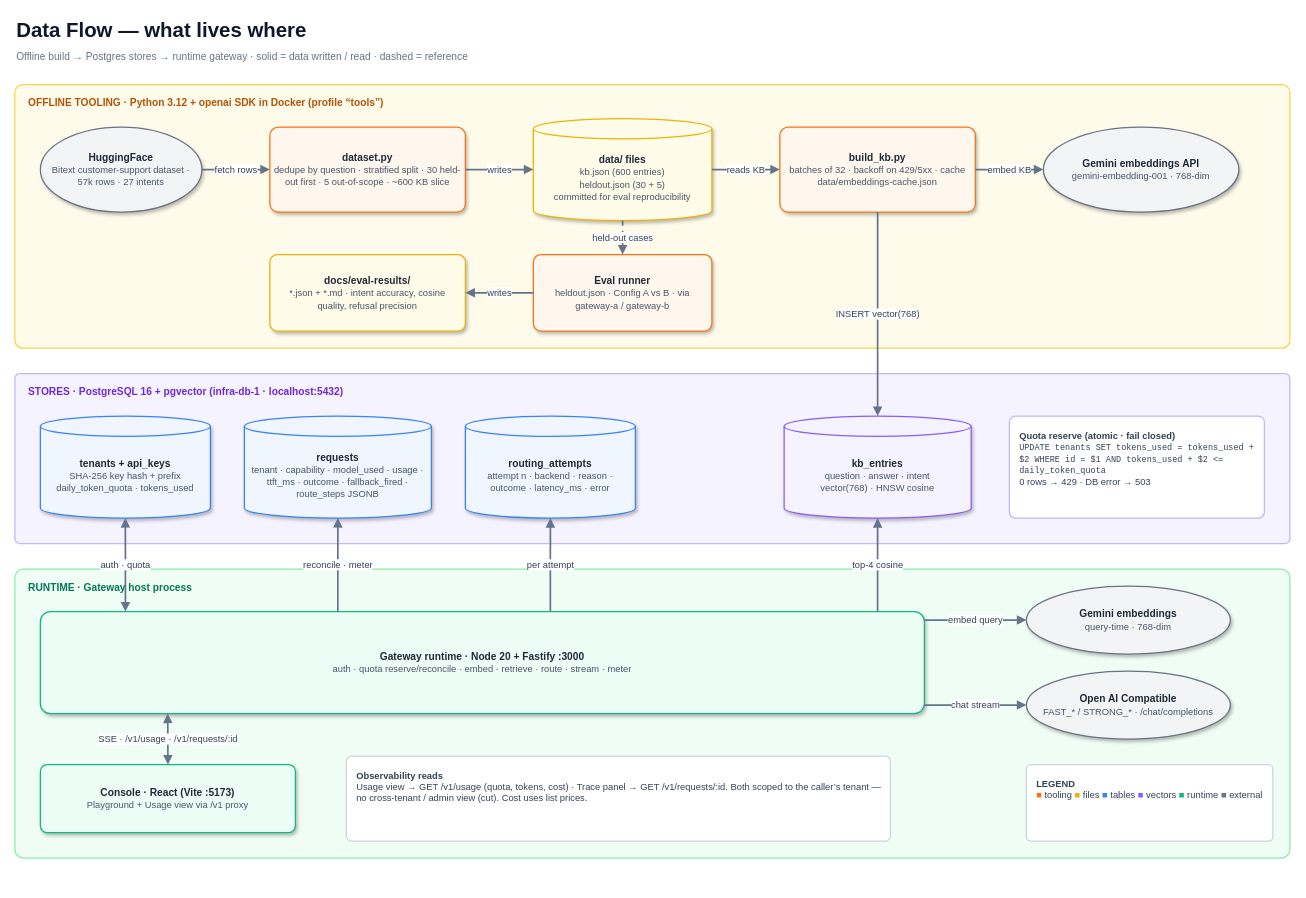
Before: page "2 - Data Flow" (2 of 3) of docs/architecture.drawio in KhoirH/llm-gateway-monorepo, a draw.io diagram. Source tidied: cells renumbered, new cells numbered last; positions are measured from the earlier drawing's top-left corner, leaving out a move shared by most shapes. Both pictures are drawn from the tidied source at 85%, with x=0, y=0 at pixel (14, 14).
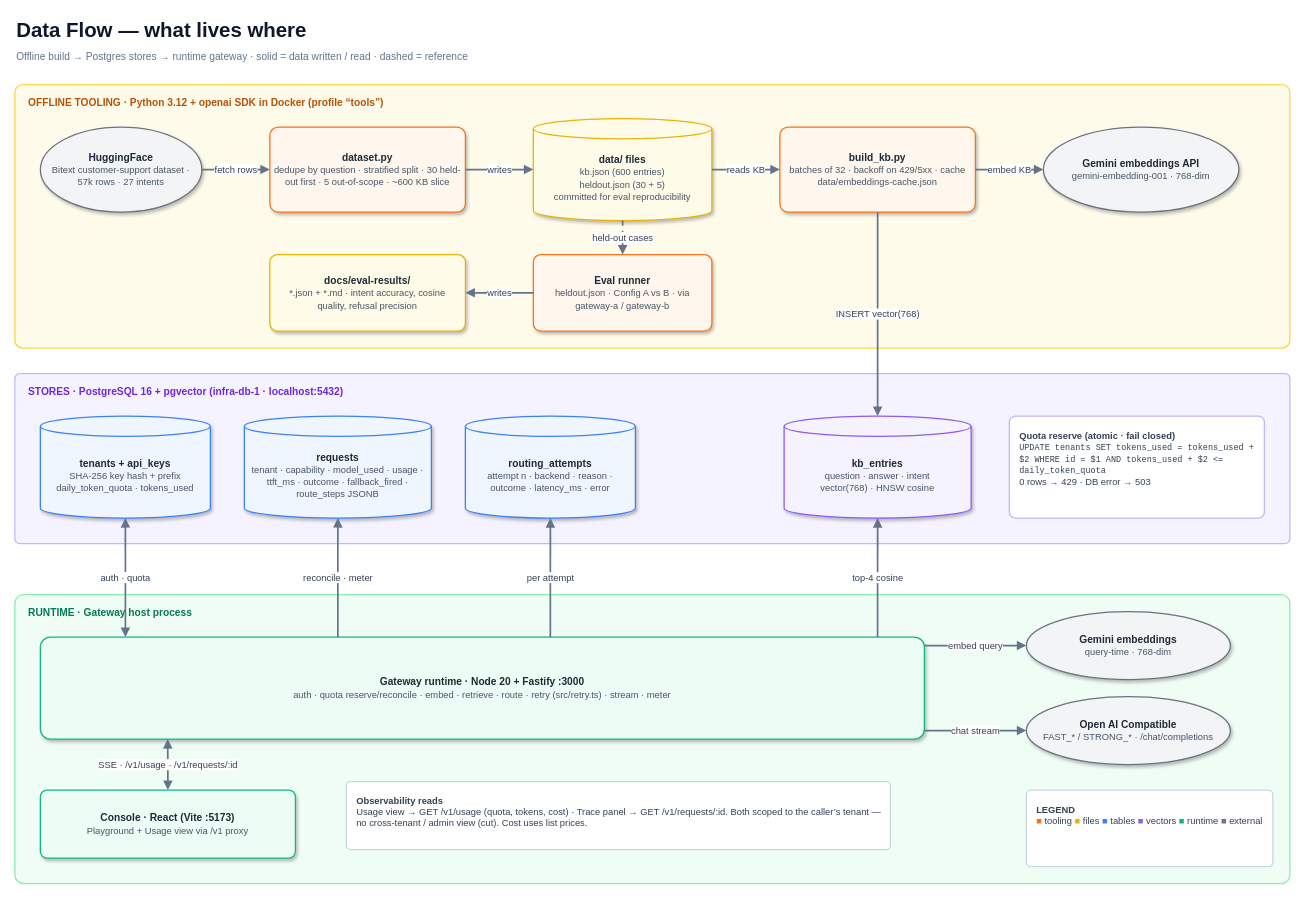
After the change.

Diff of the diagram source:
```diff
@@
     <mxCell id="6" value="RUNTIME · Gateway host process" style="rounded=1;arcSize=3;whiteSpace=wrap;html=1;fillColor=#f0fdf4;strokeColor=#86efac;strokeWidth=1.5;verticalAlign=top;align=left;spacingLeft=14;spacingTop=8;fontStyle=1;fontSize=12;fontColor=#047857;fontFamily=Helvetica;" parent="1" vertex="1">
-      <mxGeometry y="652" width="1500" height="340" as="geometry" />
+      <mxGeometry y="682" width="1500" height="340" as="geometry" />
     </mxCell>
@@
-    <mxCell id="19" value="&lt;b&gt;Gateway runtime · Node 20 + Fastify :3000&lt;/b&gt;&lt;br&gt;&lt;font style='font-size:11px' color='#475569'&gt;auth · quota reserve/reconcile · embed · retrieve · route · stream · meter&lt;/font&gt;" style="rounded=1;arcSize=10;whiteSpace=wrap;html=1;strokeWidth=1.5;fontFamily=Helvetica;fontSize=12;fontColor=#1f2937;shadow=1;spacing=6;fillColor=#ecfdf5;strokeColor=#10b981;" parent="1" vertex="1">
-      <mxGeometry x="30" y="702" width="1040" height="120" as="geometry" />
+    <mxCell id="19" value="&lt;b&gt;Gateway runtime · Node 20 + Fastify :3000&lt;/b&gt;&lt;br&gt;&lt;font style='font-size:11px' color='#475569'&gt;auth · quota reserve/reconcile · embed · retrieve · route · retry (src/retry.ts) · stream · meter&lt;/font&gt;" style="rounded=1;arcSize=10;whiteSpace=wrap;html=1;strokeWidth=1.5;fontFamily=Helvetica;fontSize=12;fontColor=#1f2937;shadow=1;spacing=6;fillColor=#ecfdf5;strokeColor=#10b981;" parent="1" vertex="1">
+      <mxGeometry x="30" y="732" width="1040" height="120" as="geometry" />
     </mxCell>
     <mxCell id="20" value="&lt;b&gt;Gemini embeddings&lt;/b&gt;&lt;br&gt;&lt;font style='font-size:11px' color='#475569'&gt;query-time · 768-dim&lt;/font&gt;" style="ellipse;whiteSpace=wrap;html=1;strokeWidth=1.5;fontFamily=Helvetica;fontSize=12;fontColor=#1f2937;shadow=1;spacing=6;fillColor=#f3f4f6;strokeColor=#6b7280;" parent="1" vertex="1">
-      <mxGeometry x="1190" y="672" width="240" height="80" as="geometry" />
+      <mxGeometry x="1190" y="702" width="240" height="80" as="geometry" />
     </mxCell>
-    <mxCell id="21" value="&lt;b&gt;Open AI Compatible&lt;/b&gt;&lt;br&gt;&lt;font style=&quot;font-size: 11px;&quot; color=&quot;#475569&quot;&gt;FAST_* / STRONG_* · /chat/completions&lt;/font&gt;" style="ellipse;whiteSpace=wrap;html=1;strokeWidth=1.5;fontFamily=Helvetica;fontSize=12;fontColor=#1f2937;shadow=1;spacing=6;fillColor=#f3f4f6;strokeColor=#6b7280;" parent="1" vertex="1">
-      <mxGeometry x="1190" y="772" width="240" height="80" as="geometry" />
+    <mxCell id="21" value="&lt;b&gt;Open AI Compatible&lt;/b&gt;&lt;br&gt;&lt;font style='font-size:11px' color='#475569'&gt;FAST_* / STRONG_* · /chat/completions&lt;/font&gt;" style="ellipse;whiteSpace=wrap;html=1;strokeWidth=1.5;fontFamily=Helvetica;fontSize=12;fontColor=#1f2937;shadow=1;spacing=6;fillColor=#f3f4f6;strokeColor=#6b7280;" parent="1" vertex="1">
+      <mxGeometry x="1190" y="802" width="240" height="80" as="geometry" />
     </mxCell>
     <mxCell id="22" value="&lt;b&gt;Console · React (Vite :5173)&lt;/b&gt;&lt;br&gt;&lt;font style='font-size:11px' color='#475569'&gt;Playground + Usage view via /v1 proxy&lt;/font&gt;" style="rounded=1;arcSize=10;whiteSpace=wrap;html=1;strokeWidth=1.5;fontFamily=Helvetica;fontSize=12;fontColor=#1f2937;shadow=1;spacing=6;fillColor=#ecfdf5;strokeColor=#10b981;" parent="1" vertex="1">
-      <mxGeometry x="30" y="882" width="300" height="80" as="geometry" />
+      <mxGeometry x="30" y="912" width="300" height="80" as="geometry" />
     </mxCell>
     <mxCell id="23" value="&lt;b&gt;Observability reads&lt;/b&gt;&lt;br&gt;Usage view → GET /v1/usage (quota, tokens, cost) · Trace panel → GET /v1/requests/:id. Both scoped to the caller’s tenant — no cross-tenant / admin view (cut). Cost uses list prices." style="rounded=1;arcSize=6;whiteSpace=wrap;html=1;fillColor=#ffffff;strokeColor=#cbd5e1;strokeWidth=1.5;align=left;verticalAlign=top;spacing=12;fontSize=11;fontColor=#334155;fontFamily=Helvetica;" parent="1" vertex="1">
-      <mxGeometry x="390" y="872" width="640" height="100" as="geometry" />
+      <mxGeometry x="390" y="902" width="640" height="80" as="geometry" />
     </mxCell>
     <mxCell id="24" value="&lt;b&gt;LEGEND&lt;/b&gt;&lt;br&gt;&lt;font color=&quot;#f97316&quot;&gt;■&lt;/font&gt; tooling &lt;font color=&quot;#eab308&quot;&gt;■&lt;/font&gt; files &lt;font color=&quot;#3b82f6&quot;&gt;■&lt;/font&gt; tables &lt;font color=&quot;#8b5cf6&quot;&gt;■&lt;/font&gt; vectors &lt;font color=&quot;#10b981&quot;&gt;■&lt;/font&gt; runtime &lt;font color=&quot;#6b7280&quot;&gt;■&lt;/font&gt; external" style="rounded=1;arcSize=6;whiteSpace=wrap;html=1;fillColor=#ffffff;strokeColor=#cbd5e1;strokeWidth=1.5;align=left;verticalAlign=top;spacing=12;fontSize=11;fontColor=#334155;fontFamily=Helvetica;" parent="1" vertex="1">
-      <mxGeometry x="1190" y="882" width="290" height="90" as="geometry" />
+      <mxGeometry x="1190" y="912" width="290" height="90" as="geometry" />
     </mxCell>
```
